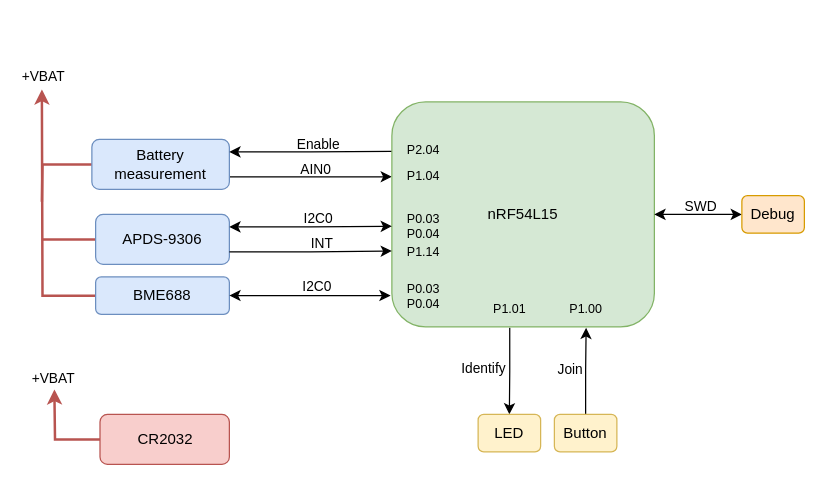
Above: docs/BeeLight.drawio in Kampi/BeeLight (draw.io), before the change. Source tidied: cells renumbered, new cells numbered last; positions are measured from the earlier drawing's top-left corner, leaving out a move shared by most shapes. Both pictures are drawn from the tidied source at 125%, with x=0, y=0 at pixel (41, 89).
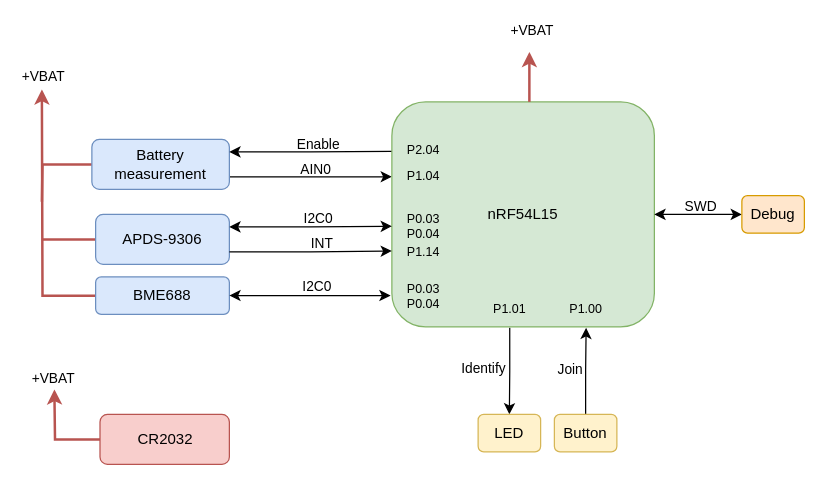
Above is the later version.

The edit, as a diff of the source:
```diff
@@
+    <mxCell id="39" style="edgeStyle=orthogonalEdgeStyle;rounded=0;orthogonalLoop=1;jettySize=auto;html=1;fillColor=#f8cecc;strokeColor=#b85450;strokeWidth=2;exitX=0.52;exitY=-0.017;exitDx=0;exitDy=0;exitPerimeter=0;" parent="1" edge="1">
+      <mxGeometry relative="1" as="geometry">
+        <mxPoint x="389.2" y="10" as="sourcePoint" />
+        <mxPoint x="390" y="-30" as="targetPoint" />
+        <Array as="points">
+          <mxPoint x="389" y="-30" />
+          <mxPoint x="390" y="-30" />
+        </Array>
+      </mxGeometry>
+    </mxCell>
+    <mxCell id="40" value="+VBAT" style="edgeLabel;html=1;align=center;verticalAlign=middle;labelBackgroundColor=none;" parent="39" vertex="1">
+      <mxGeometry x="0.48" relative="1" as="geometry">
+        <mxPoint x="1" y="-28" as="offset" />
+      </mxGeometry>
+    </mxCell>
```
